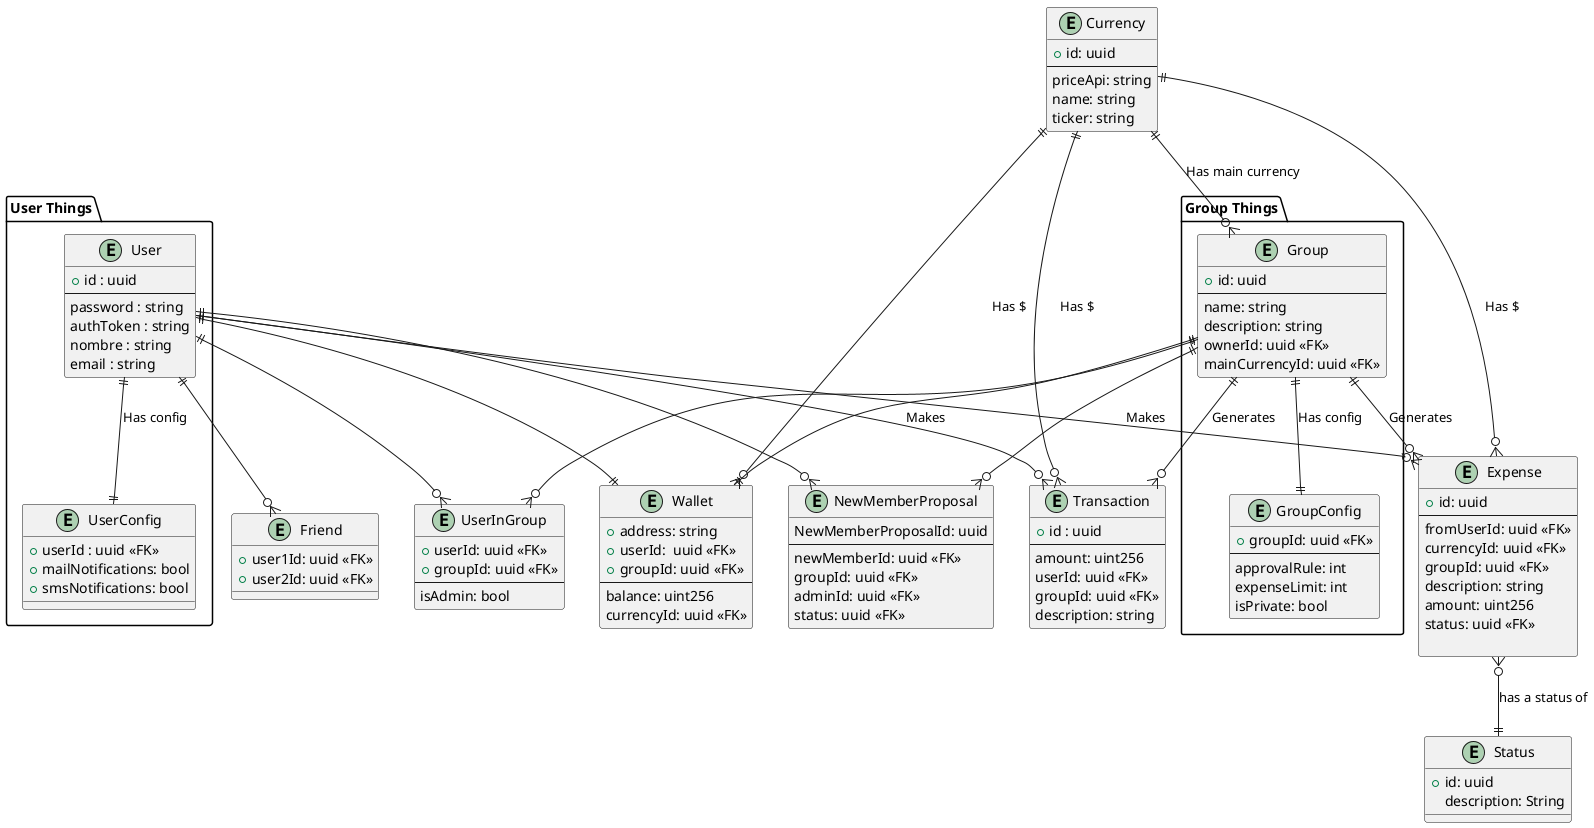
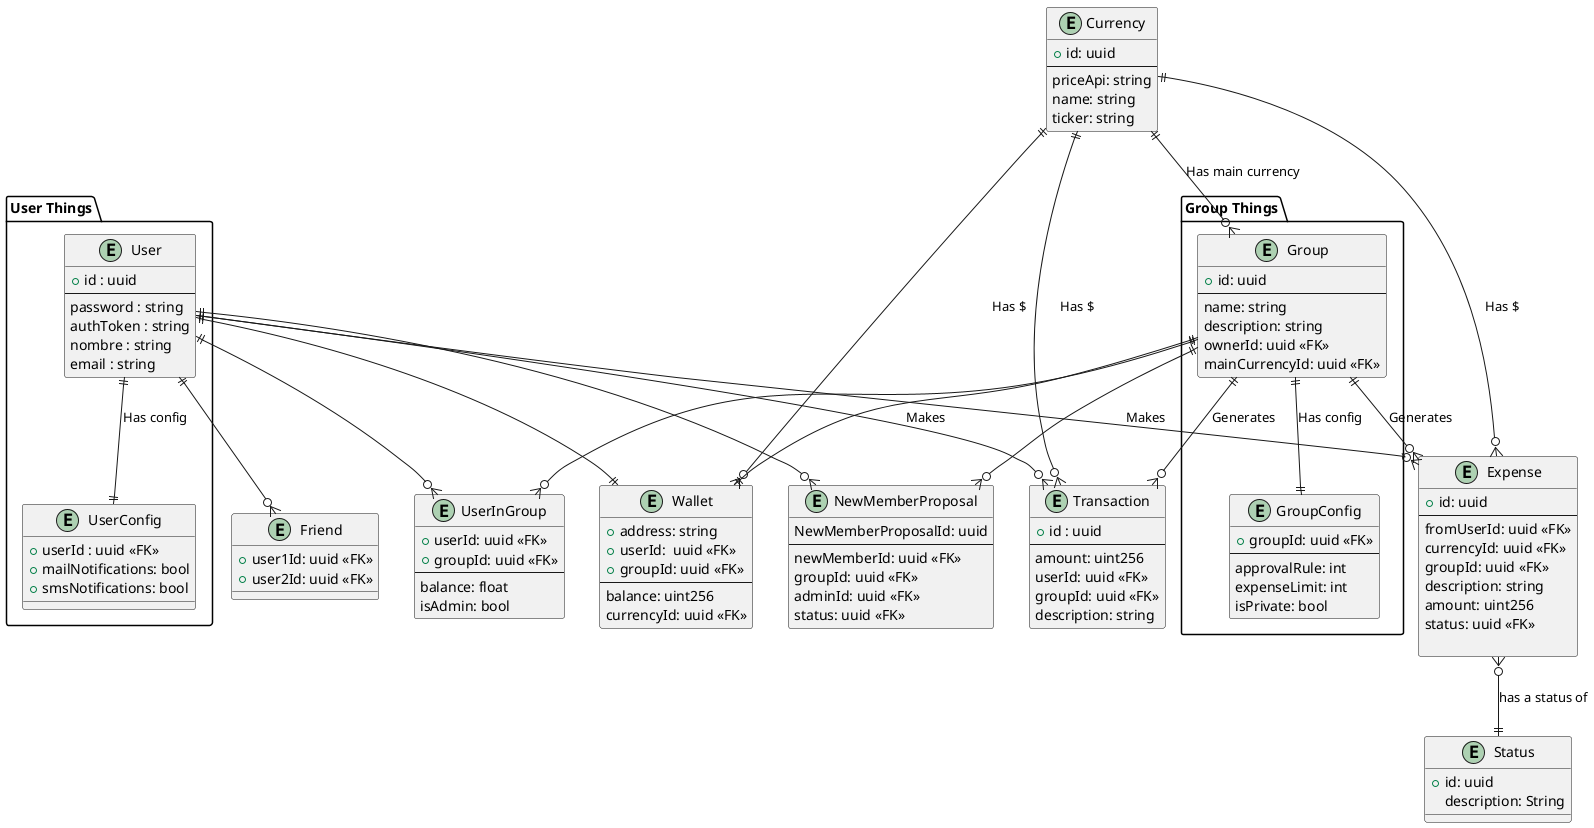
@startuml entity-relationship


package "User Things" {
    entity "User" {
      +id : uuid
      --
      password : string
      authToken : string
      nombre : string
      email : string
    }

    entity "UserConfig" {
        +userId : uuid <<FK>>
        +mailNotifications: bool
        +smsNotifications: bool
    }
}

package "Group Things"{
    entity "Group" {
    +id: uuid
    ---
    name: string
    description: string
    ownerId: uuid <<FK>>
    mainCurrencyId: uuid <<FK>>
    }
    entity "GroupConfig"{
        +groupId: uuid <<FK>>
        ---
        approvalRule: int
        expenseLimit: int
        isPrivate: bool
    }
}

entity "Friend"{
    +user1Id: uuid <<FK>>
    +user2Id: uuid <<FK>>
}
'chequeos de que el que invita sea admin del grupo'
'que el nuevo miembro no sea parte del grupo'
entity "NewMemberProposal"{
    NewMemberProposalId: uuid
    ---
    newMemberId: uuid <<FK>>
    groupId: uuid <<FK>>
    adminId: uuid <<FK>>
    status: uuid <<FK>>
}

entity "Wallet"{
    +address: string
    'Solo uno de los id puede tener valor el otro seria nulo'
    +userId:  uuid <<FK>>
    +groupId: uuid <<FK>>
    ---
    balance: uint256
    currencyId: uuid <<FK>>
}



entity "Transaction" {
    +id : uuid
    ---
    amount: uint256
' If negative -> withdraw, else -> deposit
    userId: uuid <<FK>>
    groupId: uuid <<FK>>
    description: string
}

entity "Currency" {
    +id: uuid
    ---
    priceApi: string
    name: string
    ticker: string
}
entity "UserInGroup"{
    +userId: uuid <<FK>>
    +groupId: uuid <<FK>>
    ---
+     balance: float
    isAdmin: bool
}

entity "Expense" {
    +id: uuid
    ---
    fromUserId: uuid <<FK>>
    currencyId: uuid <<FK>>
    groupId: uuid <<FK>>
    description: string
    amount: uint256
    status: uuid <<FK>>

}

entity "Status"{
    'Podrían ser PENDING, APPROVED, REJECTED'
    +id: uuid
    description: String
}


User ||--|| UserConfig : Has config
User ||--o{ Expense : Makes

User ||--o{ UserInGroup
Group ||--o{ UserInGroup


Currency ||--o{ Expense: Has $
Group ||--o{ Expense : Generates
Currency ||--o{ Group : Has main currency

Currency ||--o{ Wallet: Has $
User ||--|| Wallet
Group ||--|| Wallet

Currency ||--o{ Transaction: Has $
Group ||--o{ Transaction : Generates
User ||--o{ Transaction : Makes

User ||--o{ Friend
Group ||--|| GroupConfig: Has config

Expense }o--|| Status: has a status of

User ||--o{ NewMemberProposal
Group ||--o{ NewMemberProposal

@enduml